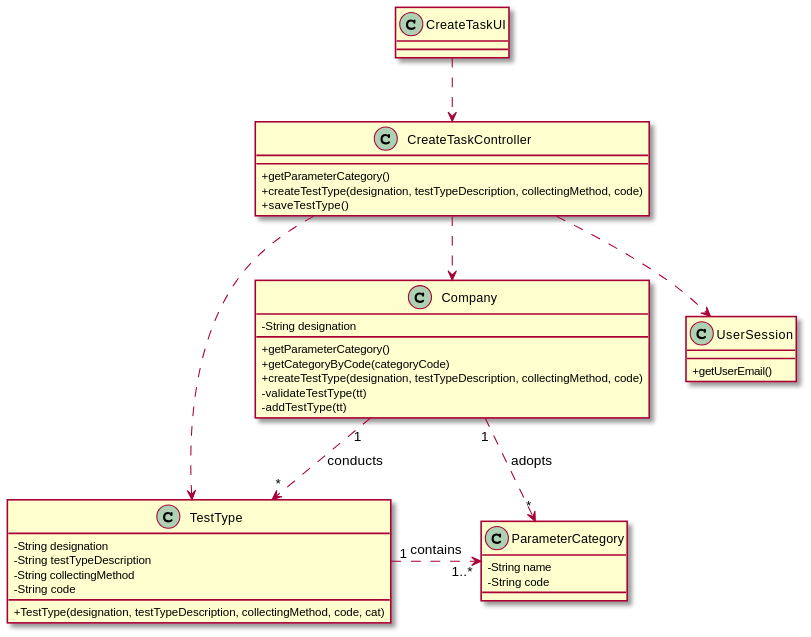
Before: docs/SprintB/US9_CreateTestType/US009_CD.svg, a diagram exported from PlantUML (Pedromaia26/LAPR2-ISEP). The source it was exported from:
```plantuml
@startuml
skinparam classAttributeIconSize 0


class UserSession
{
  +getUserEmail()
}


class TestType {
  -String designation
  -String testTypeDescription
  -String collectingMethod
  -String code
  +TestType(designation, testTypeDescription, collectingMethod, code, cat)
}


class ParameterCategory {
  -String name
  -String code
}


class Company {
  -String designation
  +getParameterCategory()
  +getCategoryByCode(categoryCode)
  +createTestType(designation, testTypeDescription, collectingMethod, code)
  -validateTestType(tt)
  -addTestType(tt)
}


class CreateTaskController {
  +getParameterCategory()
  +createTestType(designation, testTypeDescription, collectingMethod, code)
  +saveTestType()
}


class CreateTaskUI {

}


CreateTaskUI ..> CreateTaskController
CreateTaskController ..> TestType
CreateTaskController ..> Company
CreateTaskController ..> UserSession
Company "1" ..> "*" TestType: conducts
TestType "1" .> "1..*" ParameterCategory: contains
Company "1" .> "*" ParameterCategory: adopts

@enduml
```
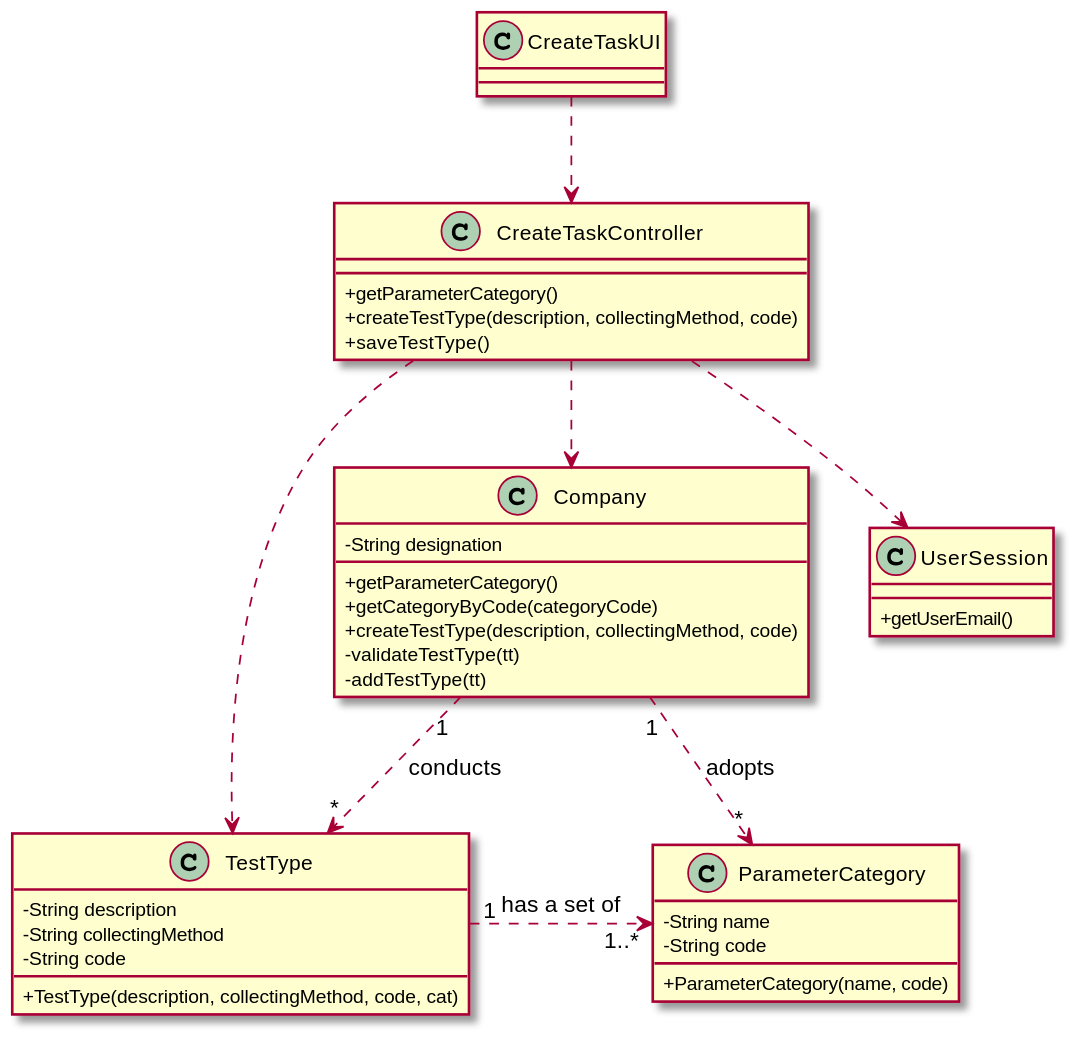
After the commit.

What changed in the source:
```diff
@@ -9,17 +9,17 @@
 
 
 class TestType {
-  -String designation
-  -String testTypeDescription
+  -String description
   -String collectingMethod
   -String code
-  +TestType(designation, testTypeDescription, collectingMethod, code, cat)
+  +TestType(description, collectingMethod, code, cat)
 }
 
 
 class ParameterCategory {
   -String name
   -String code
+  +ParameterCategory(name, code)
 }
 
 
@@ -27,7 +27,7 @@
   -String designation
   +getParameterCategory()
   +getCategoryByCode(categoryCode)
-  +createTestType(designation, testTypeDescription, collectingMethod, code)
+  +createTestType(description, collectingMethod, code)
   -validateTestType(tt)
   -addTestType(tt)
 }
@@ -35,7 +35,7 @@
 
 class CreateTaskController {
   +getParameterCategory()
-  +createTestType(designation, testTypeDescription, collectingMethod, code)
+  +createTestType(description, collectingMethod, code)
   +saveTestType()
 }
 
@@ -50,7 +50,7 @@
 CreateTaskController ..> Company
 CreateTaskController ..> UserSession
 Company "1" ..> "*" TestType: conducts
-TestType "1" .> "1..*" ParameterCategory: contains
+TestType "1" .> "1..*" ParameterCategory: has a set of
 Company "1" .> "*" ParameterCategory: adopts
 
 @enduml
```
